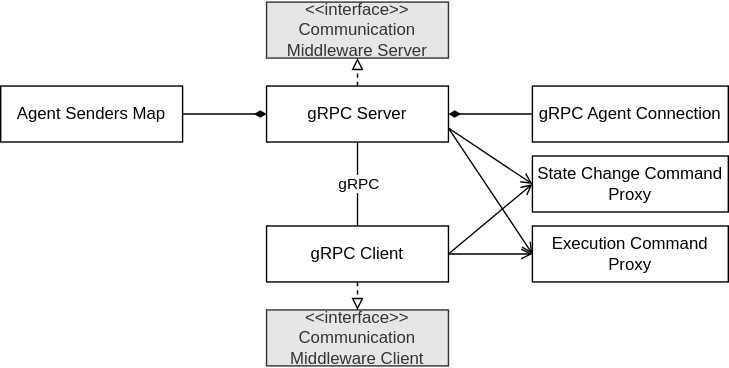
The draw.io diagram grpc/doc/swdesign/drawio/unit_overview.drawio.svg in eclipse-ankaios/ankaios, before a commit. Source tidied: cells renumbered, new cells last; positions are measured from the earlier drawing's top-left corner, leaving out a move shared by most shapes.
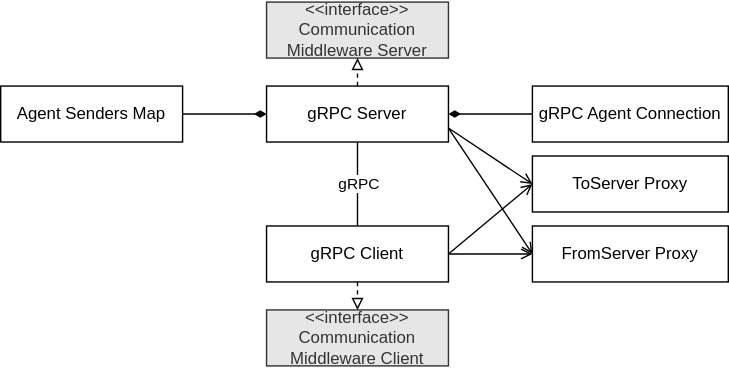
The same diagram one commit later.

What changed in the source:
```diff
@@ -46,10 +46,10 @@
     <mxCell id="15" value="gRPC Client" style="rounded=0;whiteSpace=wrap;html=1;" parent="1" vertex="1">
       <mxGeometry x="190" y="160" width="130" height="40" as="geometry" />
     </mxCell>
-    <mxCell id="16" value="State Change Command&lt;br&gt;Proxy" style="rounded=0;whiteSpace=wrap;html=1;" parent="1" vertex="1">
+    <mxCell id="16" value="ToServer Proxy" style="rounded=0;whiteSpace=wrap;html=1;" parent="1" vertex="1">
       <mxGeometry x="380" y="110" width="140" height="40" as="geometry" />
     </mxCell>
-    <mxCell id="17" value="Execution Command&lt;br&gt;Proxy" style="rounded=0;whiteSpace=wrap;html=1;" parent="1" vertex="1">
+    <mxCell id="17" value="FromServer Proxy" style="rounded=0;whiteSpace=wrap;html=1;" parent="1" vertex="1">
       <mxGeometry x="380" y="160" width="140" height="40" as="geometry" />
     </mxCell>
     <mxCell id="18" value="Agent Senders Map" style="rounded=0;whiteSpace=wrap;html=1;" parent="1" vertex="1">
```
